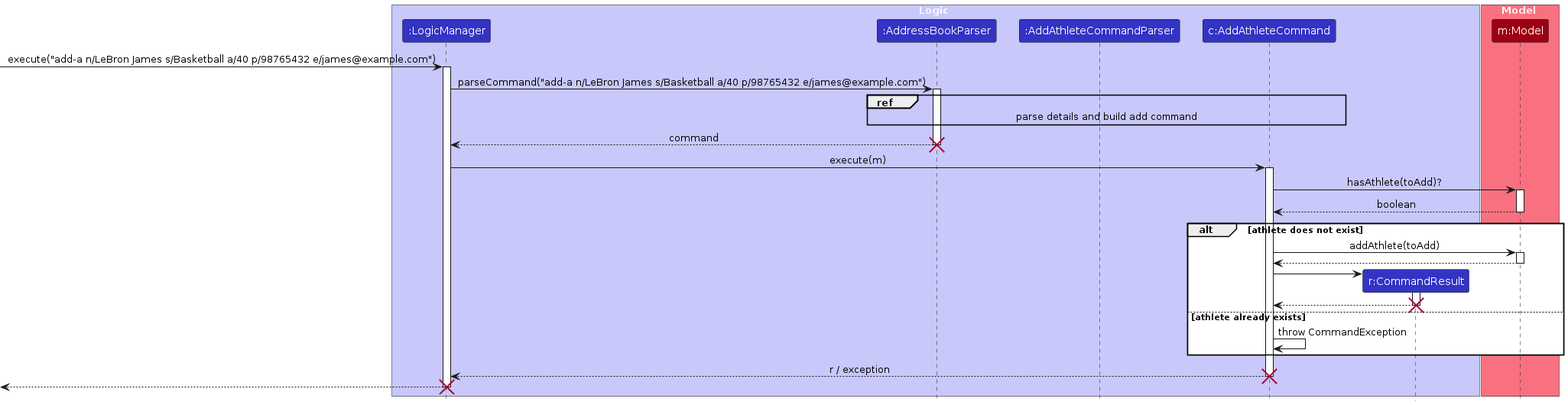
Above: diagrams/AlternateAddAthleteSD.png in AY2526S1-CS2103T-F13-3/tp (PlantUML), before the change. Its source is kept beside it as diagrams/AlternateAddAthleteSD.puml. Its diagram source:
```plantuml
@startuml
!include style.puml
skinparam ArrowFontStyle plain

box Logic LOGIC_COLOR_T1
participant ":LogicManager" as LogicManager LOGIC_COLOR
participant ":AddressBookParser" as AddressBookParser LOGIC_COLOR
participant ":AddAthleteCommandParser" as AddAthleteCommandParser LOGIC_COLOR
participant "c:AddAthleteCommand" as AddAthleteCommand LOGIC_COLOR
participant "r:CommandResult" as CommandResult LOGIC_COLOR
end box

box Model MODEL_COLOR_T1
participant "m:Model" as Model MODEL_COLOR
end box

[-> LogicManager : execute("add-a n/LeBron James s/Basketball a/40 p/98765432 e/james@example.com")
activate LogicManager

LogicManager -> AddressBookParser : parseCommand("add-a n/LeBron James s/Basketball a/40 p/98765432 e/james@example.com")
activate AddressBookParser

ref over AddressBookParser, AddAthleteCommandParser, AddAthleteCommand
  parse details and build add command
end ref



AddressBookParser --> LogicManager : command
deactivate AddressBookParser
destroy AddressBookParser

LogicManager -> AddAthleteCommand : execute(m)
activate AddAthleteCommand

AddAthleteCommand -> Model : hasAthlete(toAdd)?
activate Model

Model --> AddAthleteCommand : boolean
deactivate Model

alt athlete does not exist
    AddAthleteCommand -> Model : addAthlete(toAdd)
    activate Model
    Model --> AddAthleteCommand
    deactivate Model

    create CommandResult
    AddAthleteCommand -> CommandResult
    activate CommandResult
    CommandResult --> AddAthleteCommand
    deactivate CommandResult
    destroy CommandResult
else athlete already exists
    AddAthleteCommand -> AddAthleteCommand : throw CommandException
end

AddAthleteCommand --> LogicManager : r / exception
deactivate AddAthleteCommand
destroy AddAthleteCommand

[<--LogicManager
deactivate LogicManager
destroy LogicManager
@enduml
```
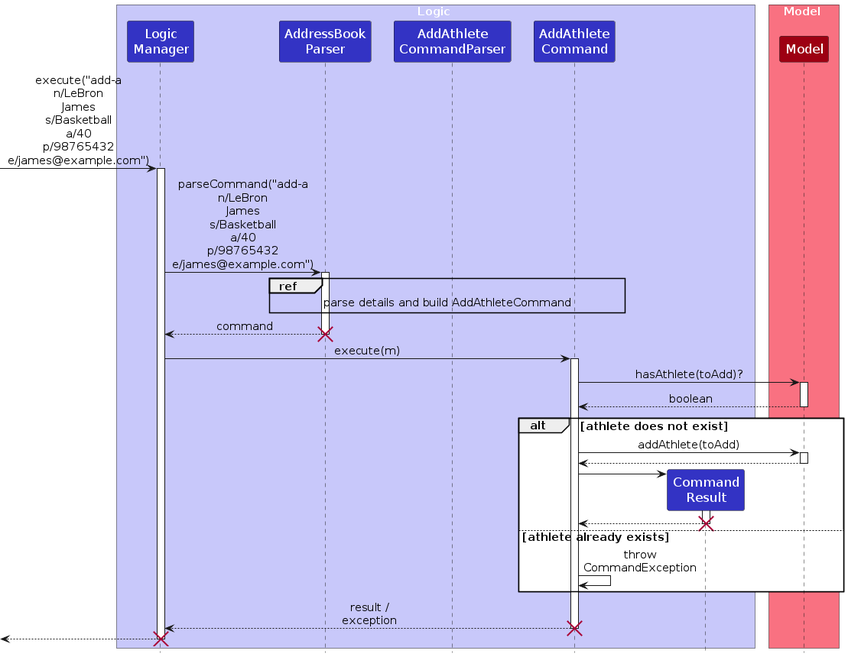
Later version of the same file.

What changed in the source:
```diff
@@ -1,30 +1,39 @@
 @startuml
 !include style.puml
+
+skinparam defaultFontSize 15
+skinparam sequenceMessageFontSize 15
+skinparam participantFontSize 17
+skinparam noteFontSize 14
+skinparam sequenceLifeLineFontSize 14
 skinparam ArrowFontStyle plain
 
+skinparam maxMessageSize 55
+skinparam ParticipantPadding 10
+skinparam BoxPadding 8
+scale 1.0
+
 box Logic LOGIC_COLOR_T1
-participant ":LogicManager" as LogicManager LOGIC_COLOR
-participant ":AddressBookParser" as AddressBookParser LOGIC_COLOR
-participant ":AddAthleteCommandParser" as AddAthleteCommandParser LOGIC_COLOR
-participant "c:AddAthleteCommand" as AddAthleteCommand LOGIC_COLOR
-participant "r:CommandResult" as CommandResult LOGIC_COLOR
+participant "Logic\nManager" as LogicManager LOGIC_COLOR
+participant "AddressBook\nParser" as AddressBookParser LOGIC_COLOR
+participant "AddAthlete\nCommandParser" as AddAthleteCommandParser LOGIC_COLOR
+participant "AddAthlete\nCommand" as AddAthleteCommand LOGIC_COLOR
+participant "Command\nResult" as CommandResult LOGIC_COLOR
 end box
 
 box Model MODEL_COLOR_T1
-participant "m:Model" as Model MODEL_COLOR
+participant "Model" as Model MODEL_COLOR
 end box
 
-[-> LogicManager : execute("add-a n/LeBron James s/Basketball a/40 p/98765432 e/james@example.com")
+[-> LogicManager : execute("add-a n/LeBron James s/Basketball\na/40 p/98765432 e/james@example.com")
 activate LogicManager
 
-LogicManager -> AddressBookParser : parseCommand("add-a n/LeBron James s/Basketball a/40 p/98765432 e/james@example.com")
+LogicManager -> AddressBookParser : parseCommand("add-a n/LeBron James s/Basketball\na/40 p/98765432 e/james@example.com")
 activate AddressBookParser
 
 ref over AddressBookParser, AddAthleteCommandParser, AddAthleteCommand
-  parse details and build add command
+  parse details and build AddAthleteCommand
 end ref
-
-
 
 AddressBookParser --> LogicManager : command
 deactivate AddressBookParser
@@ -55,11 +64,11 @@
     AddAthleteCommand -> AddAthleteCommand : throw CommandException
 end
 
-AddAthleteCommand --> LogicManager : r / exception
+AddAthleteCommand --> LogicManager : result / exception
 deactivate AddAthleteCommand
 destroy AddAthleteCommand
 
-[<--LogicManager
+[<-- LogicManager
 deactivate LogicManager
 destroy LogicManager
 @enduml
```
